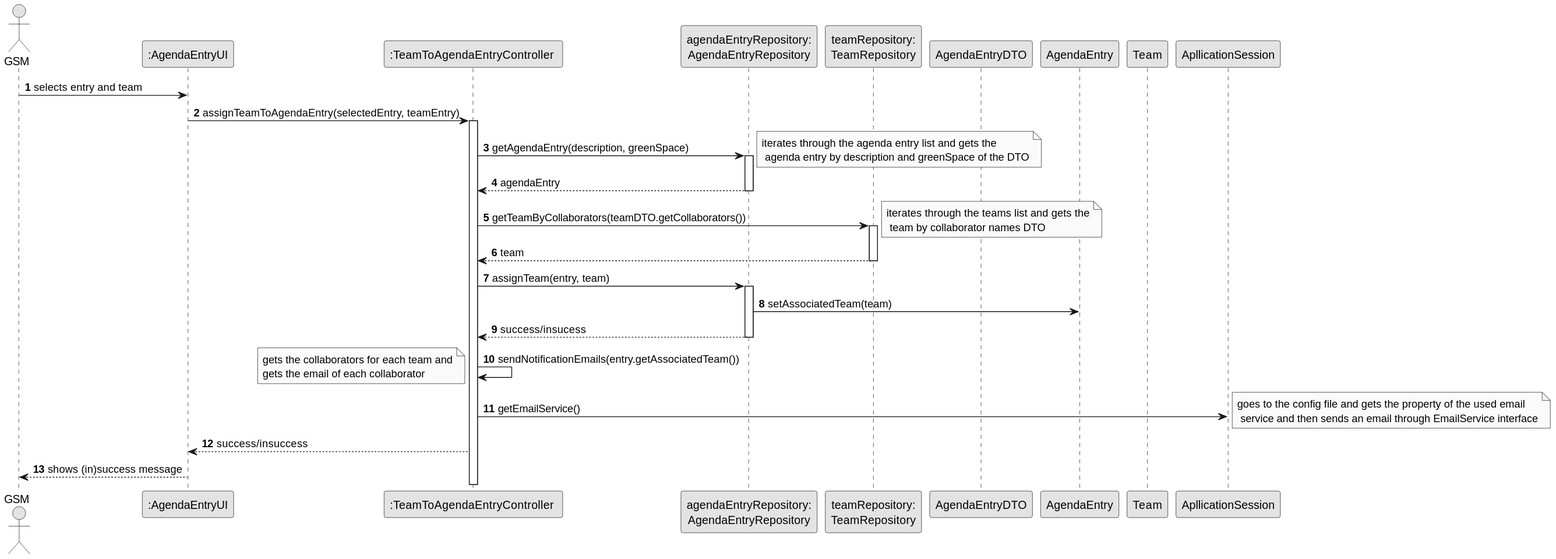
Departamento-de-Engenharia-Informatica/lei-24-s2-1do-g164 keeps this PlantUML diagram as docs/sprintC/us023/03.design/svg/us023-sequence-diagram-assignTeam.svg. Above is the earlier version. Source of this version:
```plantuml
@startuml
skinparam monochrome true
skinparam packageStyle rectangle
skinparam shadowing false

autonumber

actor "GSM" as GSM
participant ":AgendaEntryUI" as ui
participant ":TeamToAgendaEntryController " as ctrl
participant "agendaEntryRepository:\nAgendaEntryRepository" as agendaRepo
participant "teamRepository:\nTeamRepository" as teamRepo
participant "AgendaEntryDTO" as AgendaEntryDTO
participant "AgendaEntry" as agendaEntry
participant "Team" as team
participant "ApllicationSession" as app

GSM -> ui: selects entry and team
ui->ctrl: assignTeamToAgendaEntry(selectedEntry, teamEntry)
activate ctrl

ctrl -> agendaRepo: getAgendaEntry(description, greenSpace)
note right: iterates through the agenda entry list and gets the\n agenda entry by description and greenSpace of the DTO
activate agendaRepo
agendaRepo--> ctrl: agendaEntry
deactivate agendaRepo

ctrl -> teamRepo: getTeamByCollaborators(teamDTO.getCollaborators())
note right: iterates through the teams list and gets the\n team by collaborator names DTO
activate teamRepo
teamRepo --> ctrl: team
deactivate teamRepo

ctrl -> agendaRepo: assignTeam(entry, team)
activate agendaRepo
agendaRepo -> agendaEntry: setAssociatedTeam(team)
agendaRepo--> ctrl: success/insucess
deactivate agendaRepo

ctrl -> ctrl: sendNotificationEmails(entry.getAssociatedTeam())
note left: gets the collaborators for each team and\ngets the email of each collaborator
ctrl -> app : getEmailService()
note right: goes to the config file and gets the property of the used email\n service and then sends an email through EmailService interface

ctrl --> ui: success/insuccess
deactivate app
ui --> GSM: shows (in)success message

deactivate GSM
@enduml
```
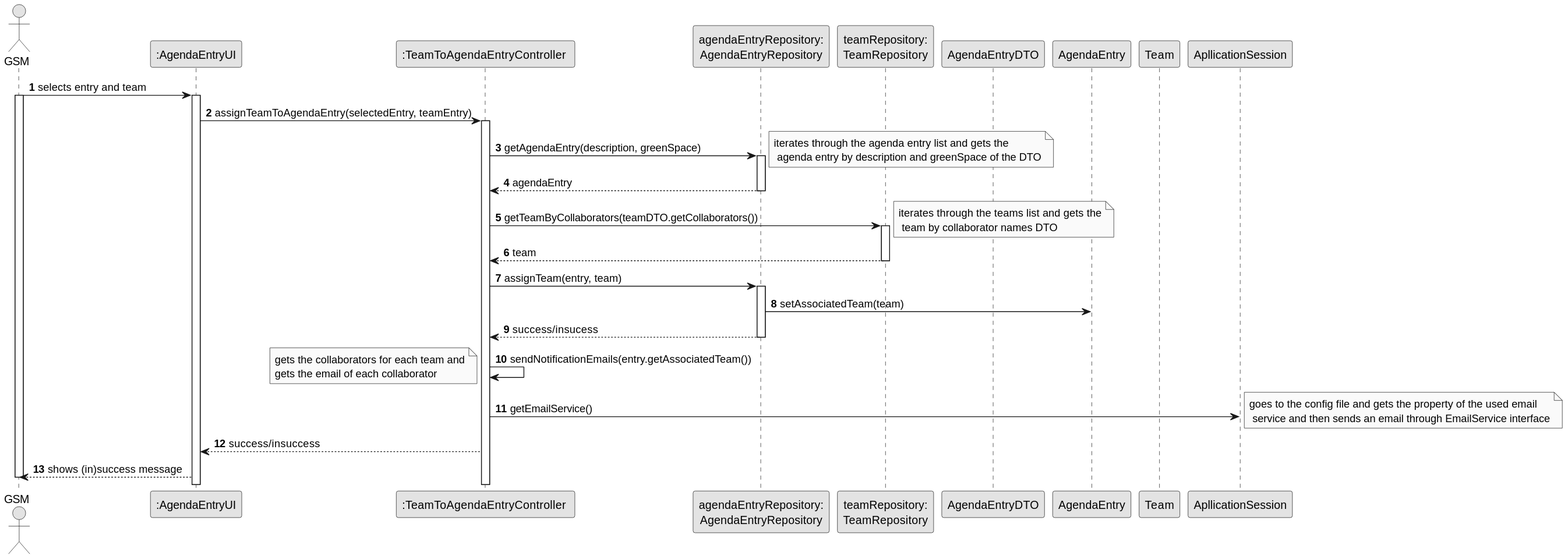
Above is the later version.

The edit, as a diff of the source:
```diff
@@ -16,6 +16,8 @@
 participant "ApllicationSession" as app
 
 GSM -> ui: selects entry and team
+activate GSM
+activate ui
 ui->ctrl: assignTeamToAgendaEntry(selectedEntry, teamEntry)
 activate ctrl
 
```
